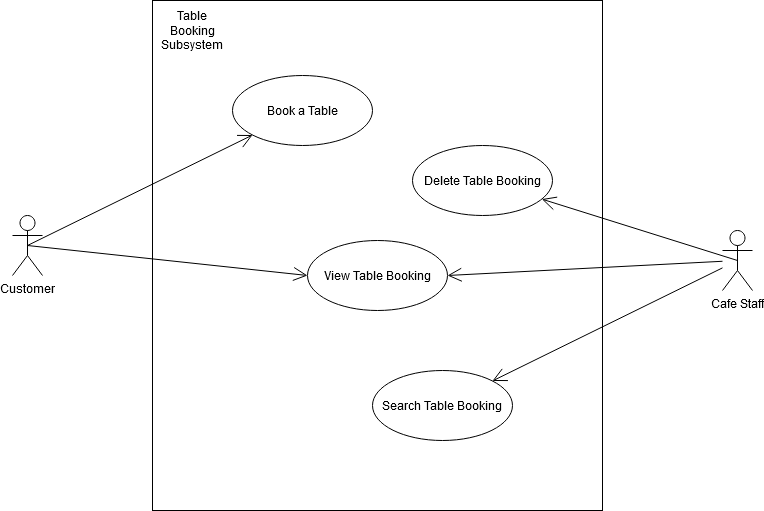
Before: Use-Case Models/Table Booking Subsystem Use-Case Model.png, a diagram exported from draw.io (jakedurnford/ITC303BeverageBookers). Source tidied: cells renumbered, new cells last; positions are measured from the earlier drawing's top-left corner, leaving out a move shared by most shapes.
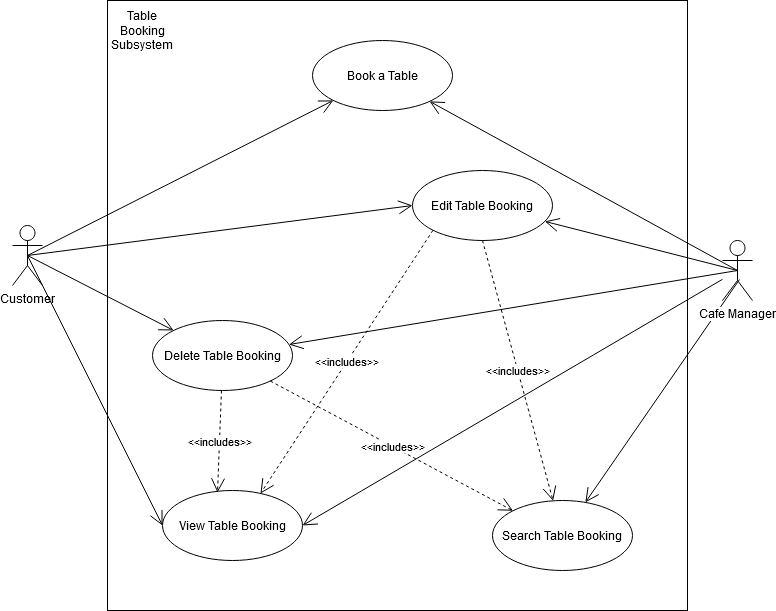
After the change.

Commit message:
UPDATED - All use-case models

Change to the diagram source:
```diff
@@ -3,22 +3,19 @@
     <mxCell id="0" />
     <mxCell id="1" parent="0" />
     <mxCell id="2" style="rounded=0;whiteSpace=wrap;html=1;" parent="1" vertex="1">
-      <mxGeometry x="140" width="450" height="510" as="geometry" />
+      <mxGeometry x="95" y="-10" width="580" height="610" as="geometry" />
     </mxCell>
     <mxCell id="3" value="Book a Table" style="ellipse;whiteSpace=wrap;html=1;" parent="1" vertex="1">
-      <mxGeometry x="220" y="75" width="140" height="70" as="geometry" />
+      <mxGeometry x="300" y="30" width="140" height="70" as="geometry" />
     </mxCell>
-    <mxCell id="4" value="Cafe Staff" style="shape=umlActor;verticalLabelPosition=bottom;labelBackgroundColor=#ffffff;verticalAlign=top;html=1;" parent="1" vertex="1">
-      <mxGeometry x="710" y="230" width="30" height="60" as="geometry" />
-    </mxCell>
     <mxCell id="5" value="Delete Table Booking" style="ellipse;whiteSpace=wrap;html=1;" parent="1" vertex="1">
-      <mxGeometry x="400" y="145" width="140" height="70" as="geometry" />
+      <mxGeometry x="140" y="310" width="140" height="70" as="geometry" />
     </mxCell>
     <mxCell id="6" value="Search Table Booking" style="ellipse;whiteSpace=wrap;html=1;" parent="1" vertex="1">
-      <mxGeometry x="360" y="370" width="140" height="70" as="geometry" />
+      <mxGeometry x="480" y="490" width="140" height="70" as="geometry" />
     </mxCell>
     <mxCell id="7" value="View Table Booking" style="ellipse;whiteSpace=wrap;html=1;" parent="1" vertex="1">
-      <mxGeometry x="295" y="240" width="140" height="70" as="geometry" />
+      <mxGeometry x="150" y="480" width="140" height="70" as="geometry" />
     </mxCell>
     <mxCell id="8" value="Customer" style="shape=umlActor;verticalLabelPosition=bottom;labelBackgroundColor=#ffffff;verticalAlign=top;html=1;" parent="1" vertex="1">
       <mxGeometry y="215" width="30" height="60" as="geometry" />
@@ -32,14 +29,44 @@
     <mxCell id="11" style="endArrow=open;endFill=1;endSize=12;html=1;entryX=1;entryY=0.5;entryDx=0;entryDy=0;" parent="1" edge="1" source="4" target="7">
       <mxGeometry relative="1" as="geometry" />
     </mxCell>
-    <mxCell id="12" style="endArrow=open;endFill=1;endSize=12;html=1;" parent="1" edge="1" source="4" target="6">
+    <mxCell id="12" style="endArrow=open;endFill=1;endSize=12;html=1;exitX=0.567;exitY=0.65;exitDx=0;exitDy=0;exitPerimeter=0;" parent="1" edge="1" source="4" target="6">
       <mxGeometry relative="1" as="geometry" />
     </mxCell>
     <mxCell id="13" value="Table Booking Subsystem" style="text;html=1;strokeColor=none;fillColor=none;align=center;verticalAlign=middle;whiteSpace=wrap;rounded=0;" parent="1" vertex="1">
-      <mxGeometry x="160" y="20" width="40" height="20" as="geometry" />
+      <mxGeometry x="110" y="10" width="40" height="20" as="geometry" />
     </mxCell>
     <mxCell id="14" style="endArrow=open;endFill=1;endSize=12;html=1;exitX=0.5;exitY=0.5;exitDx=0;exitDy=0;exitPerimeter=0;" parent="1" edge="1" source="4" target="5">
       <mxGeometry relative="1" as="geometry" />
     </mxCell>
+    <mxCell id="15" value="Edit Table Booking" style="ellipse;whiteSpace=wrap;html=1;" parent="1" vertex="1">
+      <mxGeometry x="400" y="160" width="140" height="70" as="geometry" />
+    </mxCell>
+    <mxCell id="16" style="endArrow=open;endFill=1;endSize=12;html=1;exitX=0.5;exitY=0.5;exitDx=0;exitDy=0;exitPerimeter=0;" parent="1" edge="1" source="4" target="15">
+      <mxGeometry relative="1" as="geometry" />
+    </mxCell>
+    <mxCell id="17" style="endArrow=open;endFill=1;endSize=12;html=1;exitX=0.5;exitY=0.5;exitDx=0;exitDy=0;exitPerimeter=0;" parent="1" edge="1" source="4" target="3">
+      <mxGeometry relative="1" as="geometry" />
+    </mxCell>
+    <mxCell id="18" style="endArrow=open;endFill=1;endSize=12;html=1;exitX=0.5;exitY=0.5;exitDx=0;exitDy=0;exitPerimeter=0;" parent="1" edge="1" source="8" target="5">
+      <mxGeometry relative="1" as="geometry" />
+    </mxCell>
+    <mxCell id="19" style="endArrow=open;endFill=1;endSize=12;html=1;exitX=0.5;exitY=0.5;exitDx=0;exitDy=0;exitPerimeter=0;entryX=0;entryY=0.5;entryDx=0;entryDy=0;" parent="1" edge="1" source="8" target="15">
+      <mxGeometry relative="1" as="geometry" />
+    </mxCell>
+    <mxCell id="4" value="Cafe Manager" style="shape=umlActor;verticalLabelPosition=bottom;labelBackgroundColor=#ffffff;verticalAlign=top;html=1;" parent="1" vertex="1">
+      <mxGeometry x="710" y="230" width="30" height="60" as="geometry" />
+    </mxCell>
+    <mxCell id="20" value="&amp;lt;&amp;lt;includes&amp;gt;&amp;gt;" style="endArrow=open;endSize=12;dashed=1;html=1;exitX=0.5;exitY=1;exitDx=0;exitDy=0;" parent="1" edge="1" source="15" target="6">
+      <mxGeometry relative="1" as="geometry" />
+    </mxCell>
+    <mxCell id="21" value="&amp;lt;&amp;lt;includes&amp;gt;&amp;gt;" style="endArrow=open;endSize=12;dashed=1;html=1;exitX=0;exitY=1;exitDx=0;exitDy=0;entryX=0.7;entryY=0.043;entryDx=0;entryDy=0;entryPerimeter=0;" parent="1" edge="1" source="15" target="7">
+      <mxGeometry relative="1" as="geometry" />
+    </mxCell>
+    <mxCell id="22" value="&amp;lt;&amp;lt;includes&amp;gt;&amp;gt;" style="endArrow=open;endSize=12;dashed=1;html=1;entryX=0.393;entryY=0.029;entryDx=0;entryDy=0;entryPerimeter=0;" parent="1" edge="1" source="5" target="7">
+      <mxGeometry relative="1" as="geometry" />
+    </mxCell>
+    <mxCell id="23" value="&amp;lt;&amp;lt;includes&amp;gt;&amp;gt;" style="endArrow=open;endSize=12;dashed=1;html=1;entryX=0;entryY=0;entryDx=0;entryDy=0;" parent="1" edge="1" source="5" target="6">
+      <mxGeometry relative="1" as="geometry" />
+    </mxCell>
   </root>
 </mxGraphModel>
```
